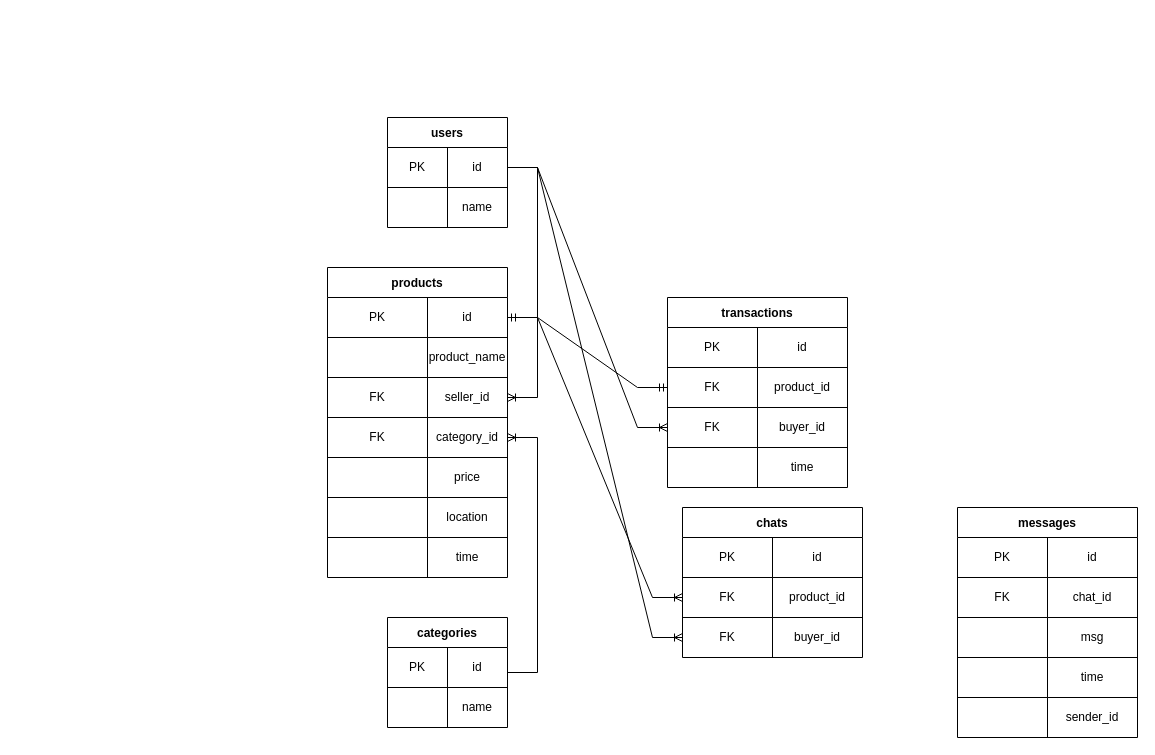
Earlier version of the draw.io diagram views/Carousell Rip-off.drawio (bwcee/bootcamp-postgres_node_app). Source tidied: cells renumbered, new cells numbered last; positions are measured from the earlier drawing's top-left corner, leaving out a move shared by most shapes. Both pictures are drawn from the tidied source at 100%, with x=0, y=0 at pixel (327, 117).
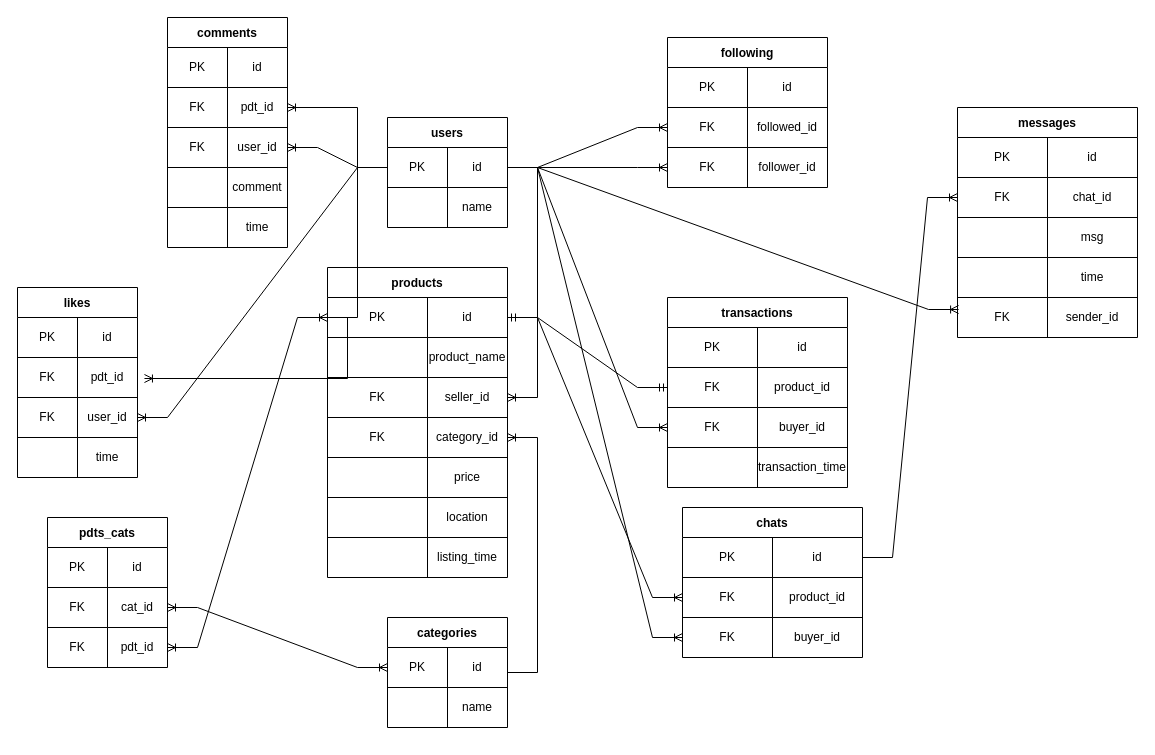
After the change.

The change refers to these unchanged cells:
```xml
<mxCell id="3" style="shape=partialRectangle;html=1;whiteSpace=wrap;fillColor=none;top=0;left=0;bottom=0;right=0;points=[[0,0.5],[1,0.5]];portConstraint=eastwest;" parent="2" vertex="1">
  <mxGeometry y="30" width="120" height="40" as="geometry" />
</mxCell>
<mxCell id="9" value="categories" style="shape=table;startSize=30;childLayout=tableLayout;fontStyle=1;align=center;" parent="1" vertex="1">
  <mxGeometry x="60" y="500" width="120" height="110" as="geometry" />
</mxCell>
<mxCell id="10" style="shape=partialRectangle;html=1;whiteSpace=wrap;fillColor=none;top=0;left=0;bottom=0;right=0;points=[[0,0.5],[1,0.5]];portConstraint=eastwest;" parent="9" vertex="1">
  <mxGeometry y="30" width="120" height="40" as="geometry" />
</mxCell>
<mxCell id="17" style="shape=partialRectangle;html=1;whiteSpace=wrap;fillColor=none;top=0;left=0;bottom=0;right=0;points=[[0,0.5],[1,0.5]];portConstraint=eastwest;" parent="16" vertex="1">
  <mxGeometry y="30" width="180" height="40" as="geometry" />
</mxCell>
<mxCell id="26" style="shape=partialRectangle;html=1;whiteSpace=wrap;fillColor=none;top=0;left=0;bottom=0;right=0;points=[[0,0.5],[1,0.5]];portConstraint=eastwest;" parent="16" vertex="1">
  <mxGeometry y="150" width="180" height="40" as="geometry" />
</mxCell>
<mxCell id="35" style="shape=partialRectangle;html=1;whiteSpace=wrap;fillColor=none;top=0;left=0;bottom=0;right=0;" parent="16" vertex="1">
  <mxGeometry y="270" width="180" height="40" as="geometry" />
</mxCell>
<mxCell id="50" style="shape=partialRectangle;html=1;whiteSpace=wrap;fillColor=none;top=0;left=0;bottom=0;right=0;" parent="40" vertex="1">
  <mxGeometry y="150" width="180" height="40" as="geometry" />
</mxCell>
<mxCell id="56" style="shape=partialRectangle;html=1;whiteSpace=wrap;fillColor=none;top=0;left=0;bottom=0;right=0;points=[[0,0.5],[1,0.5]];portConstraint=eastwest;" parent="55" vertex="1">
  <mxGeometry y="30" width="180" height="40" as="geometry" />
</mxCell>
<mxCell id="71" style="shape=partialRectangle;html=1;whiteSpace=wrap;fillColor=none;top=0;left=0;bottom=0;right=0;points=[[0,0.5],[1,0.5]];portConstraint=eastwest;" parent="67" vertex="1">
  <mxGeometry y="70" width="180" height="40" as="geometry" />
</mxCell>
<mxCell id="80" style="shape=partialRectangle;html=1;whiteSpace=wrap;fillColor=none;top=0;left=0;bottom=0;right=0;points=[[0,0.5],[1,0.5]];portConstraint=eastwest;" parent="67" vertex="1">
  <mxGeometry y="190" width="180" height="40" as="geometry" />
</mxCell>
```

Change to the diagram source:
```diff
@@
-    <mxCell id="37" value="time" style="shape=partialRectangle;html=1;whiteSpace=wrap;fillColor=none;top=0;left=0;bottom=0;right=0;overflow=hidden;" parent="35" vertex="1">
+    <mxCell id="37" value="listing_time" style="shape=partialRectangle;html=1;whiteSpace=wrap;fillColor=none;top=0;left=0;bottom=0;right=0;overflow=hidden;" parent="35" vertex="1">
       <mxGeometry x="100" width="80" height="40" as="geometry" />
     </mxCell>
@@
-    <mxCell id="39" style="edgeStyle=entityRelationEdgeStyle;fontSize=12;html=1;endArrow=ERoneToMany;rounded=0;exitX=1;exitY=0.5;exitDx=0;exitDy=0;entryX=1;entryY=0.5;entryDx=0;entryDy=0;" parent="1" edge="1" source="9" target="26">
-      <mxGeometry relative="1" as="geometry" />
-    </mxCell>
@@
-    <mxCell id="52" value="time" style="shape=partialRectangle;html=1;whiteSpace=wrap;fillColor=none;top=0;left=0;bottom=0;right=0;overflow=hidden;" parent="50" vertex="1">
+    <mxCell id="52" value="transaction_time" style="shape=partialRectangle;html=1;whiteSpace=wrap;fillColor=none;top=0;left=0;bottom=0;right=0;overflow=hidden;" parent="50" vertex="1">
       <mxGeometry x="90" width="90" height="40" as="geometry" />
     </mxCell>
@@
     <mxCell id="67" value="messages" style="shape=table;startSize=30;childLayout=tableLayout;fontStyle=1;align=center;" parent="1" vertex="1">
-      <mxGeometry x="630" y="390" width="180" height="230" as="geometry" />
+      <mxGeometry x="630" y="-10" width="180" height="230" as="geometry" />
     </mxCell>
@@
-    <mxCell id="81" style="shape=partialRectangle;html=1;whiteSpace=wrap;fillColor=none;top=0;left=0;bottom=0;right=0;overflow=hidden;" parent="80" vertex="1">
+    <mxCell id="81" value="FK" style="shape=partialRectangle;html=1;whiteSpace=wrap;fillColor=none;top=0;left=0;bottom=0;right=0;overflow=hidden;" parent="80" vertex="1">
       <mxGeometry width="90" height="40" as="geometry" />
     </mxCell>
@@
+    <mxCell id="83" value="pdts_cats" style="shape=table;startSize=30;childLayout=tableLayout;fontStyle=1;align=center;" parent="1" vertex="1">
+      <mxGeometry x="-280" y="400" width="120" height="150" as="geometry" />
+    </mxCell>
+    <mxCell id="84" style="shape=partialRectangle;html=1;whiteSpace=wrap;fillColor=none;top=0;left=0;bottom=0;right=0;" parent="83" vertex="1">
+      <mxGeometry y="30" width="120" height="40" as="geometry" />
+    </mxCell>
+    <mxCell id="85" value="PK" style="shape=partialRectangle;html=1;whiteSpace=wrap;fillColor=none;top=0;left=0;bottom=0;right=0;overflow=hidden;" parent="84" vertex="1">
+      <mxGeometry width="60" height="40" as="geometry" />
+    </mxCell>
+    <mxCell id="86" value="id" style="shape=partialRectangle;html=1;whiteSpace=wrap;fillColor=none;top=0;left=0;bottom=0;right=0;overflow=hidden;" parent="84" vertex="1">
+      <mxGeometry x="60" width="60" height="40" as="geometry" />
+    </mxCell>
+    <mxCell id="87" style="shape=partialRectangle;html=1;whiteSpace=wrap;fillColor=none;top=0;left=0;bottom=0;right=0;points=[[0,0.5],[1,0.5]];portConstraint=eastwest;" parent="83" vertex="1">
+      <mxGeometry y="70" width="120" height="40" as="geometry" />
+    </mxCell>
+    <mxCell id="88" value="FK" style="shape=partialRectangle;html=1;whiteSpace=wrap;fillColor=none;top=0;left=0;bottom=0;right=0;overflow=hidden;" parent="87" vertex="1">
+      <mxGeometry width="60" height="40" as="geometry" />
+    </mxCell>
+    <mxCell id="89" value="cat_id" style="shape=partialRectangle;html=1;whiteSpace=wrap;fillColor=none;top=0;left=0;bottom=0;right=0;overflow=hidden;" parent="87" vertex="1">
+      <mxGeometry x="60" width="60" height="40" as="geometry" />
+    </mxCell>
+    <mxCell id="90" style="shape=partialRectangle;html=1;whiteSpace=wrap;fillColor=none;top=0;left=0;bottom=0;right=0;points=[[0,0.5],[1,0.5]];portConstraint=eastwest;" parent="83" vertex="1">
+      <mxGeometry y="110" width="120" height="40" as="geometry" />
+    </mxCell>
+    <mxCell id="91" value="FK" style="shape=partialRectangle;html=1;whiteSpace=wrap;fillColor=none;top=0;left=0;bottom=0;right=0;overflow=hidden;" parent="90" vertex="1">
+      <mxGeometry width="60" height="40" as="geometry" />
+    </mxCell>
+    <mxCell id="92" value="pdt_id" style="shape=partialRectangle;html=1;whiteSpace=wrap;fillColor=none;top=0;left=0;bottom=0;right=0;overflow=hidden;" parent="90" vertex="1">
+      <mxGeometry x="60" width="60" height="40" as="geometry" />
+    </mxCell>
+    <mxCell id="93" style="edgeStyle=entityRelationEdgeStyle;fontSize=12;html=1;endArrow=ERoneToMany;startArrow=ERoneToMany;rounded=0;exitX=1;exitY=0.5;exitDx=0;exitDy=0;entryX=0;entryY=0.5;entryDx=0;entryDy=0;" parent="1" edge="1" source="87" target="10">
+      <mxGeometry relative="1" as="geometry" />
+    </mxCell>
+    <mxCell id="94" style="edgeStyle=entityRelationEdgeStyle;fontSize=12;html=1;endArrow=ERoneToMany;startArrow=ERoneToMany;rounded=0;exitX=1;exitY=0.5;exitDx=0;exitDy=0;entryX=0;entryY=0.5;entryDx=0;entryDy=0;" parent="1" edge="1" source="90" target="17">
+      <mxGeometry relative="1" as="geometry" />
+    </mxCell>
+    <mxCell id="95" style="edgeStyle=entityRelationEdgeStyle;fontSize=12;html=1;endArrow=ERoneToMany;rounded=0;" parent="1" edge="1" source="56" target="71">
+      <mxGeometry relative="1" as="geometry" />
+    </mxCell>
+    <mxCell id="96" style="edgeStyle=entityRelationEdgeStyle;fontSize=12;html=1;endArrow=ERoneToMany;rounded=0;entryX=0.006;entryY=0.3;entryDx=0;entryDy=0;entryPerimeter=0;" parent="1" edge="1" target="80">
+      <mxGeometry relative="1" as="geometry">
+        <mxPoint x="180" y="50" as="sourcePoint" />
+      </mxGeometry>
+    </mxCell>
+    <mxCell id="97" value="likes" style="shape=table;startSize=30;childLayout=tableLayout;fontStyle=1;align=center;" parent="1" vertex="1">
+      <mxGeometry x="-310" y="170" width="120" height="190" as="geometry" />
+    </mxCell>
+    <mxCell id="98" style="shape=partialRectangle;html=1;whiteSpace=wrap;fillColor=none;top=0;left=0;bottom=0;right=0;" parent="97" vertex="1">
+      <mxGeometry y="30" width="120" height="40" as="geometry" />
+    </mxCell>
+    <mxCell id="99" value="PK" style="shape=partialRectangle;html=1;whiteSpace=wrap;fillColor=none;top=0;left=0;bottom=0;right=0;overflow=hidden;" parent="98" vertex="1">
+      <mxGeometry width="60" height="40" as="geometry" />
+    </mxCell>
+    <mxCell id="100" value="id" style="shape=partialRectangle;html=1;whiteSpace=wrap;fillColor=none;top=0;left=0;bottom=0;right=0;overflow=hidden;" parent="98" vertex="1">
+      <mxGeometry x="60" width="60" height="40" as="geometry" />
+    </mxCell>
+    <mxCell id="101" style="shape=partialRectangle;html=1;whiteSpace=wrap;fillColor=none;top=0;left=0;bottom=0;right=0;points=[[0,0.5],[1,0.5]];portConstraint=eastwest;" parent="97" vertex="1">
+      <mxGeometry y="70" width="120" height="40" as="geometry" />
+    </mxCell>
+    <mxCell id="102" value="FK" style="shape=partialRectangle;html=1;whiteSpace=wrap;fillColor=none;top=0;left=0;bottom=0;right=0;overflow=hidden;" parent="101" vertex="1">
+      <mxGeometry width="60" height="40" as="geometry" />
+    </mxCell>
+    <mxCell id="103" value="pdt_id" style="shape=partialRectangle;html=1;whiteSpace=wrap;fillColor=none;top=0;left=0;bottom=0;right=0;overflow=hidden;" parent="101" vertex="1">
+      <mxGeometry x="60" width="60" height="40" as="geometry" />
+    </mxCell>
+    <mxCell id="104" style="shape=partialRectangle;html=1;whiteSpace=wrap;fillColor=none;top=0;left=0;bottom=0;right=0;points=[[0,0.5],[1,0.5]];portConstraint=eastwest;" parent="97" vertex="1">
+      <mxGeometry y="110" width="120" height="40" as="geometry" />
+    </mxCell>
+    <mxCell id="105" value="FK" style="shape=partialRectangle;html=1;whiteSpace=wrap;fillColor=none;top=0;left=0;bottom=0;right=0;overflow=hidden;" parent="104" vertex="1">
+      <mxGeometry width="60" height="40" as="geometry" />
+    </mxCell>
+    <mxCell id="106" value="user_id" style="shape=partialRectangle;html=1;whiteSpace=wrap;fillColor=none;top=0;left=0;bottom=0;right=0;overflow=hidden;" parent="104" vertex="1">
+      <mxGeometry x="60" width="60" height="40" as="geometry" />
+    </mxCell>
+    <mxCell id="107" style="shape=partialRectangle;html=1;whiteSpace=wrap;fillColor=none;top=0;left=0;bottom=0;right=0;" parent="97" vertex="1">
+      <mxGeometry y="150" width="120" height="40" as="geometry" />
+    </mxCell>
+    <mxCell id="108" style="shape=partialRectangle;html=1;whiteSpace=wrap;fillColor=none;top=0;left=0;bottom=0;right=0;overflow=hidden;" parent="107" vertex="1">
+      <mxGeometry width="60" height="40" as="geometry" />
+    </mxCell>
+    <mxCell id="109" value="time" style="shape=partialRectangle;html=1;whiteSpace=wrap;fillColor=none;top=0;left=0;bottom=0;right=0;overflow=hidden;" parent="107" vertex="1">
+      <mxGeometry x="60" width="60" height="40" as="geometry" />
+    </mxCell>
+    <mxCell id="110" style="edgeStyle=entityRelationEdgeStyle;fontSize=12;html=1;endArrow=ERoneToMany;rounded=0;exitX=0;exitY=0.5;exitDx=0;exitDy=0;entryX=1;entryY=0.5;entryDx=0;entryDy=0;" parent="1" edge="1" source="3" target="104">
+      <mxGeometry relative="1" as="geometry" />
+    </mxCell>
+    <mxCell id="111" style="edgeStyle=entityRelationEdgeStyle;fontSize=12;html=1;endArrow=ERoneToMany;rounded=0;entryX=1.058;entryY=0.525;entryDx=0;entryDy=0;entryPerimeter=0;" parent="1" edge="1" target="101">
+      <mxGeometry relative="1" as="geometry">
+        <mxPoint x="-10" y="200" as="sourcePoint" />
+      </mxGeometry>
+    </mxCell>
+    <mxCell id="112" value="comments" style="shape=table;startSize=30;childLayout=tableLayout;fontStyle=1;align=center;" parent="1" vertex="1">
+      <mxGeometry x="-160" y="-100" width="120" height="230" as="geometry" />
+    </mxCell>
+    <mxCell id="113" style="shape=partialRectangle;html=1;whiteSpace=wrap;fillColor=none;top=0;left=0;bottom=0;right=0;" parent="112" vertex="1">
+      <mxGeometry y="30" width="120" height="40" as="geometry" />
+    </mxCell>
+    <mxCell id="114" value="PK" style="shape=partialRectangle;html=1;whiteSpace=wrap;fillColor=none;top=0;left=0;bottom=0;right=0;overflow=hidden;" parent="113" vertex="1">
+      <mxGeometry width="60" height="40" as="geometry" />
+    </mxCell>
+    <mxCell id="115" value="id" style="shape=partialRectangle;html=1;whiteSpace=wrap;fillColor=none;top=0;left=0;bottom=0;right=0;overflow=hidden;" parent="113" vertex="1">
+      <mxGeometry x="60" width="60" height="40" as="geometry" />
+    </mxCell>
+    <mxCell id="116" style="shape=partialRectangle;html=1;whiteSpace=wrap;fillColor=none;top=0;left=0;bottom=0;right=0;points=[[0,0.5],[1,0.5]];portConstraint=eastwest;" parent="112" vertex="1">
+      <mxGeometry y="70" width="120" height="40" as="geometry" />
+    </mxCell>
+    <mxCell id="117" value="FK" style="shape=partialRectangle;html=1;whiteSpace=wrap;fillColor=none;top=0;left=0;bottom=0;right=0;overflow=hidden;" parent="116" vertex="1">
+      <mxGeometry width="60" height="40" as="geometry" />
+    </mxCell>
+    <mxCell id="118" value="pdt_id" style="shape=partialRectangle;html=1;whiteSpace=wrap;fillColor=none;top=0;left=0;bottom=0;right=0;overflow=hidden;" parent="116" vertex="1">
+      <mxGeometry x="60" width="60" height="40" as="geometry" />
+    </mxCell>
+    <mxCell id="119" style="shape=partialRectangle;html=1;whiteSpace=wrap;fillColor=none;top=0;left=0;bottom=0;right=0;points=[[0,0.5],[1,0.5]];portConstraint=eastwest;" parent="112" vertex="1">
+      <mxGeometry y="110" width="120" height="40" as="geometry" />
+    </mxCell>
+    <mxCell id="120" value="FK" style="shape=partialRectangle;html=1;whiteSpace=wrap;fillColor=none;top=0;left=0;bottom=0;right=0;overflow=hidden;" parent="119" vertex="1">
+      <mxGeometry width="60" height="40" as="geometry" />
+    </mxCell>
+    <mxCell id="121" value="user_id" style="shape=partialRectangle;html=1;whiteSpace=wrap;fillColor=none;top=0;left=0;bottom=0;right=0;overflow=hidden;" parent="119" vertex="1">
+      <mxGeometry x="60" width="60" height="40" as="geometry" />
+    </mxCell>
+    <mxCell id="122" style="shape=partialRectangle;html=1;whiteSpace=wrap;fillColor=none;top=0;left=0;bottom=0;right=0;" parent="112" vertex="1">
+      <mxGeometry y="150" width="120" height="40" as="geometry" />
+    </mxCell>
+    <mxCell id="123" style="shape=partialRectangle;html=1;whiteSpace=wrap;fillColor=none;top=0;left=0;bottom=0;right=0;overflow=hidden;" parent="122" vertex="1">
+      <mxGeometry width="60" height="40" as="geometry" />
+    </mxCell>
+    <mxCell id="124" value="comment" style="shape=partialRectangle;html=1;whiteSpace=wrap;fillColor=none;top=0;left=0;bottom=0;right=0;overflow=hidden;" parent="122" vertex="1">
+      <mxGeometry x="60" width="60" height="40" as="geometry" />
+    </mxCell>
+    <mxCell id="125" style="shape=partialRectangle;html=1;whiteSpace=wrap;fillColor=none;top=0;left=0;bottom=0;right=0;" parent="112" vertex="1">
+      <mxGeometry y="190" width="120" height="40" as="geometry" />
+    </mxCell>
+    <mxCell id="126" style="shape=partialRectangle;html=1;whiteSpace=wrap;fillColor=none;top=0;left=0;bottom=0;right=0;overflow=hidden;" parent="125" vertex="1">
+      <mxGeometry width="60" height="40" as="geometry" />
+    </mxCell>
+    <mxCell id="127" value="time" style="shape=partialRectangle;html=1;whiteSpace=wrap;fillColor=none;top=0;left=0;bottom=0;right=0;overflow=hidden;" parent="125" vertex="1">
+      <mxGeometry x="60" width="60" height="40" as="geometry" />
+    </mxCell>
+    <mxCell id="128" style="edgeStyle=entityRelationEdgeStyle;fontSize=12;html=1;endArrow=ERoneToMany;rounded=0;exitX=0;exitY=0.5;exitDx=0;exitDy=0;entryX=1;entryY=0.5;entryDx=0;entryDy=0;" parent="1" edge="1" source="3" target="119">
+      <mxGeometry relative="1" as="geometry" />
+    </mxCell>
+    <mxCell id="129" style="edgeStyle=entityRelationEdgeStyle;fontSize=12;html=1;endArrow=ERoneToMany;rounded=0;entryX=1;entryY=0.5;entryDx=0;entryDy=0;" parent="1" edge="1" target="116">
+      <mxGeometry relative="1" as="geometry">
+        <mxPoint y="200" as="sourcePoint" />
+      </mxGeometry>
+    </mxCell>
+    <mxCell id="130" value="following" style="shape=table;startSize=30;childLayout=tableLayout;fontStyle=1;align=center;" parent="1" vertex="1">
+      <mxGeometry x="340" y="-80" width="160" height="150" as="geometry" />
+    </mxCell>
+    <mxCell id="131" style="shape=partialRectangle;html=1;whiteSpace=wrap;fillColor=none;top=0;left=0;bottom=0;right=0;" parent="130" vertex="1">
+      <mxGeometry y="30" width="160" height="40" as="geometry" />
+    </mxCell>
+    <mxCell id="132" value="PK" style="shape=partialRectangle;html=1;whiteSpace=wrap;fillColor=none;top=0;left=0;bottom=0;right=0;overflow=hidden;" parent="131" vertex="1">
+      <mxGeometry width="80" height="40" as="geometry" />
+    </mxCell>
+    <mxCell id="133" value="id" style="shape=partialRectangle;html=1;whiteSpace=wrap;fillColor=none;top=0;left=0;bottom=0;right=0;overflow=hidden;" parent="131" vertex="1">
+      <mxGeometry x="80" width="80" height="40" as="geometry" />
+    </mxCell>
+    <mxCell id="134" style="shape=partialRectangle;html=1;whiteSpace=wrap;fillColor=none;top=0;left=0;bottom=0;right=0;points=[[0,0.5],[1,0.5]];portConstraint=eastwest;" parent="130" vertex="1">
+      <mxGeometry y="70" width="160" height="40" as="geometry" />
+    </mxCell>
+    <mxCell id="135" value="FK" style="shape=partialRectangle;html=1;whiteSpace=wrap;fillColor=none;top=0;left=0;bottom=0;right=0;overflow=hidden;" parent="134" vertex="1">
+      <mxGeometry width="80" height="40" as="geometry" />
+    </mxCell>
+    <mxCell id="136" value="followed_id" style="shape=partialRectangle;html=1;whiteSpace=wrap;fillColor=none;top=0;left=0;bottom=0;right=0;overflow=hidden;" parent="134" vertex="1">
+      <mxGeometry x="80" width="80" height="40" as="geometry" />
+    </mxCell>
+    <mxCell id="137" style="shape=partialRectangle;html=1;whiteSpace=wrap;fillColor=none;top=0;left=0;bottom=0;right=0;points=[[0,0.5],[1,0.5]];portConstraint=eastwest;" parent="130" vertex="1">
+      <mxGeometry y="110" width="160" height="40" as="geometry" />
+    </mxCell>
+    <mxCell id="138" value="FK" style="shape=partialRectangle;html=1;whiteSpace=wrap;fillColor=none;top=0;left=0;bottom=0;right=0;overflow=hidden;" parent="137" vertex="1">
+      <mxGeometry width="80" height="40" as="geometry" />
+    </mxCell>
+    <mxCell id="139" value="follower_id" style="shape=partialRectangle;html=1;whiteSpace=wrap;fillColor=none;top=0;left=0;bottom=0;right=0;overflow=hidden;" parent="137" vertex="1">
+      <mxGeometry x="80" width="80" height="40" as="geometry" />
+    </mxCell>
+    <mxCell id="140" style="edgeStyle=entityRelationEdgeStyle;fontSize=12;html=1;endArrow=ERoneToMany;rounded=0;exitX=1;exitY=0.5;exitDx=0;exitDy=0;entryX=0;entryY=0.5;entryDx=0;entryDy=0;" parent="1" edge="1" source="3" target="134">
+      <mxGeometry relative="1" as="geometry" />
+    </mxCell>
+    <mxCell id="141" style="edgeStyle=entityRelationEdgeStyle;fontSize=12;html=1;endArrow=ERoneToMany;rounded=0;entryX=0;entryY=0.5;entryDx=0;entryDy=0;" parent="1" edge="1" target="137">
+      <mxGeometry relative="1" as="geometry">
+        <mxPoint x="180" y="50" as="sourcePoint" />
+      </mxGeometry>
+    </mxCell>
+    <mxCell id="39" style="edgeStyle=entityRelationEdgeStyle;fontSize=12;html=1;endArrow=ERoneToMany;rounded=0;exitX=1;exitY=0.5;exitDx=0;exitDy=0;entryX=1;entryY=0.5;entryDx=0;entryDy=0;" parent="1" edge="1" source="9" target="26">
+      <mxGeometry relative="1" as="geometry" />
+    </mxCell>
```
